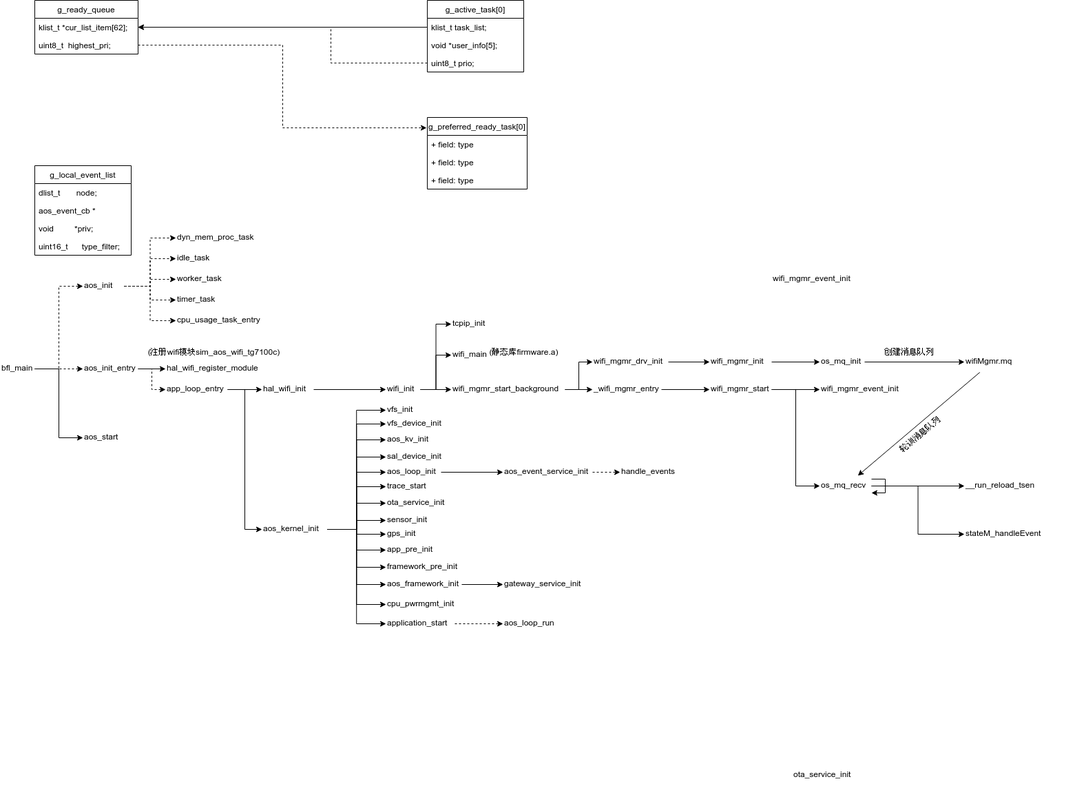
Earlier version of the draw.io export alios_init.png (zhangmeizhen/test2). Source tidied: cells renumbered, new cells last; positions are measured from the earlier drawing's top-left corner, leaving out a move shared by most shapes.
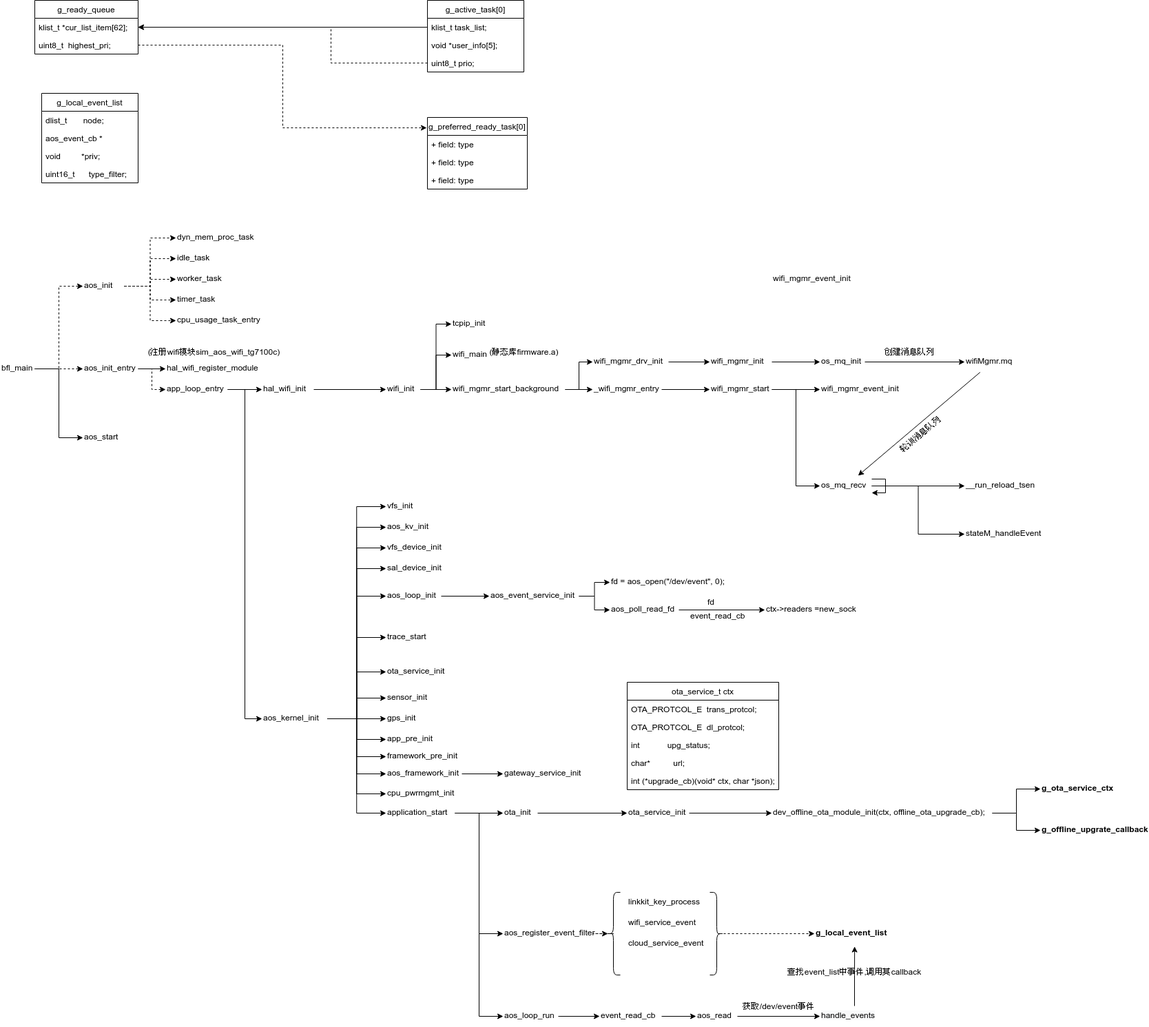
Later version of the same file.

Diff of the diagram source:
```diff
@@ -50,7 +50,7 @@
       </mxGeometry>
     </mxCell>
     <mxCell id="16" value="g_local_event_list" style="swimlane;fontStyle=0;horizontal=1;startSize=26;fillColor=none;" parent="1" vertex="1">
-      <mxGeometry x="50" y="240" width="140" height="130" as="geometry" />
+      <mxGeometry x="60" y="135" width="140" height="130" as="geometry" />
     </mxCell>
     <mxCell id="17" value="dlist_t       node;" style="text;strokeColor=none;fillColor=none;align=left;verticalAlign=top;spacingLeft=4;spacingRight=4;overflow=hidden;" parent="16" vertex="1">
       <mxGeometry y="26" width="140" height="26" as="geometry" />
@@ -82,9 +82,6 @@
     <mxCell id="26" style="edgeStyle=orthogonalEdgeStyle;rounded=0;jettySize=auto;html=1;entryX=0;entryY=0.5;entryDx=0;entryDy=0;strokeColor=#000000;fontColor=#000000;" parent="1" edge="1" source="35" target="74">
       <mxGeometry relative="1" as="geometry" />
     </mxCell>
-    <mxCell id="27" style="edgeStyle=orthogonalEdgeStyle;rounded=0;jettySize=auto;html=1;entryX=0;entryY=0.5;entryDx=0;entryDy=0;" parent="1" edge="1" source="35" target="62">
-      <mxGeometry relative="1" as="geometry" />
-    </mxCell>
     <mxCell id="28" style="edgeStyle=orthogonalEdgeStyle;rounded=0;jettySize=auto;html=1;entryX=0;entryY=0.5;entryDx=0;entryDy=0;" parent="1" edge="1" source="35" target="111">
       <mxGeometry relative="1" as="geometry" />
     </mxCell>
@@ -106,14 +103,23 @@
     <mxCell id="34" style="edgeStyle=orthogonalEdgeStyle;rounded=0;jettySize=auto;html=1;entryX=0;entryY=0.5;entryDx=0;entryDy=0;" parent="1" edge="1" source="35" target="117">
       <mxGeometry relative="1" as="geometry" />
     </mxCell>
+    <mxCell id="27" style="edgeStyle=orthogonalEdgeStyle;rounded=0;jettySize=auto;html=1;entryX=0;entryY=0.5;entryDx=0;entryDy=0;" parent="1" edge="1" source="35" target="62">
+      <mxGeometry relative="1" as="geometry" />
+    </mxCell>
     <mxCell id="35" value="aos_kernel_init" style="text;whiteSpace=wrap;html=1;fontStyle=0;labelBackgroundColor=#ffffff;" parent="1" vertex="1">
-      <mxGeometry x="380" y="753" width="94.5" height="30" as="geometry" />
+      <mxGeometry x="380" y="1028" width="94.5" height="30" as="geometry" />
     </mxCell>
-    <mxCell id="36" style="edgeStyle=orthogonalEdgeStyle;rounded=0;jettySize=auto;html=1;entryX=0;entryY=0.5;entryDx=0;entryDy=0;dashed=1;strokeColor=#000000;fontColor=#000000;" parent="1" edge="1" source="37" target="63">
+    <mxCell id="36" style="edgeStyle=orthogonalEdgeStyle;rounded=0;jettySize=auto;html=1;entryX=0;entryY=0.5;entryDx=0;entryDy=0;strokeColor=#000000;fontColor=#000000;" parent="1" edge="1" source="37" target="63">
       <mxGeometry relative="1" as="geometry" />
     </mxCell>
+    <mxCell id="119" style="edgeStyle=orthogonalEdgeStyle;rounded=0;jettySize=auto;html=1;entryX=0;entryY=0.5;entryDx=0;entryDy=0;" parent="1" edge="1" source="37" target="125">
+      <mxGeometry relative="1" as="geometry" />
+    </mxCell>
+    <mxCell id="120" style="edgeStyle=orthogonalEdgeStyle;rounded=0;jettySize=auto;html=1;entryX=0;entryY=0.5;entryDx=0;entryDy=0;" parent="1" edge="1" source="37" target="131">
+      <mxGeometry relative="1" as="geometry" />
+    </mxCell>
     <mxCell id="37" value="application_start" style="text;whiteSpace=wrap;html=1;" parent="1" vertex="1">
-      <mxGeometry x="560" y="890" width="100" height="30" as="geometry" />
+      <mxGeometry x="560" y="1165" width="100" height="30" as="geometry" />
     </mxCell>
     <mxCell id="38" style="edgeStyle=orthogonalEdgeStyle;rounded=0;jettySize=auto;html=1;entryX=0;entryY=0.5;entryDx=0;entryDy=0;strokeColor=#000000;dashed=1;" parent="1" edge="1" source="41">
       <mxGeometry relative="1" as="geometry">
@@ -178,22 +184,25 @@
       <mxGeometry relative="1" as="geometry" />
     </mxCell>
     <mxCell id="58" value="aos_loop_init" style="text;whiteSpace=wrap;html=1;" parent="1" vertex="1">
-      <mxGeometry x="560" y="670" width="80" height="30" as="geometry" />
+      <mxGeometry x="560" y="850" width="80" height="30" as="geometry" />
     </mxCell>
     <mxCell id="59" value="ota_service_init" style="text;whiteSpace=wrap;html=1;" parent="1" vertex="1">
-      <mxGeometry x="560" y="715" width="90" height="30" as="geometry" />
+      <mxGeometry x="560" y="960" width="90" height="30" as="geometry" />
     </mxCell>
     <mxCell id="60" value="sensor_init" style="text;whiteSpace=wrap;html=1;" parent="1" vertex="1">
-      <mxGeometry x="560" y="740" width="70" height="30" as="geometry" />
+      <mxGeometry x="560" y="998" width="70" height="30" as="geometry" />
     </mxCell>
     <mxCell id="61" value="gps_init" style="text;whiteSpace=wrap;html=1;" parent="1" vertex="1">
-      <mxGeometry x="560" y="760" width="50" height="30" as="geometry" />
+      <mxGeometry x="560" y="1028" width="50" height="30" as="geometry" />
     </mxCell>
     <mxCell id="62" value="vfs_init" style="text;whiteSpace=wrap;html=1;" parent="1" vertex="1">
-      <mxGeometry x="560" y="580" width="50" height="30" as="geometry" />
+      <mxGeometry x="560" y="720" width="50" height="30" as="geometry" />
     </mxCell>
+    <mxCell id="121" style="edgeStyle=orthogonalEdgeStyle;rounded=0;jettySize=auto;html=1;entryX=0;entryY=0.5;entryDx=0;entryDy=0;" parent="1" edge="1" source="63" target="153">
+      <mxGeometry relative="1" as="geometry" />
+    </mxCell>
     <mxCell id="63" value="aos_loop_run" style="text;whiteSpace=wrap;html=1;" parent="1" vertex="1">
-      <mxGeometry x="730" y="890" width="93" height="30" as="geometry" />
+      <mxGeometry x="730" y="1460" width="80" height="30" as="geometry" />
     </mxCell>
     <mxCell id="64" value="idle_task" style="text;whiteSpace=wrap;html=1;" parent="1" vertex="1">
       <mxGeometry x="255" y="360" width="75" height="30" as="geometry" />
@@ -213,23 +222,26 @@
     <mxCell id="69" value="hal_wifi_register_module" style="text;whiteSpace=wrap;html=1;" parent="1" vertex="1">
       <mxGeometry x="240" y="520" width="140" height="30" as="geometry" />
     </mxCell>
-    <mxCell id="70" style="edgeStyle=orthogonalEdgeStyle;rounded=0;jettySize=auto;html=1;entryX=0;entryY=0.5;entryDx=0;entryDy=0;dashed=1;strokeColor=#000000;fontColor=#000000;" parent="1" edge="1" source="71" target="72">
-      <mxGeometry relative="1" as="geometry" />
-    </mxCell>
+    <mxCell id="122" style="edgeStyle=orthogonalEdgeStyle;rounded=0;jettySize=auto;html=1;entryX=0;entryY=0.5;entryDx=0;entryDy=0;" parent="1" edge="1" source="71" target="148">
+      <mxGeometry relative="1" as="geometry" />
+    </mxCell>
+    <mxCell id="123" style="edgeStyle=orthogonalEdgeStyle;rounded=0;jettySize=auto;html=1;entryX=0;entryY=0.5;entryDx=0;entryDy=0;" parent="1" edge="1" source="71" target="158">
+      <mxGeometry relative="1" as="geometry" />
+    </mxCell>
     <mxCell id="71" value="aos_event_service_init" style="text;whiteSpace=wrap;html=1;" parent="1" vertex="1">
-      <mxGeometry x="730" y="670" width="130" height="30" as="geometry" />
+      <mxGeometry x="710" y="850" width="130" height="30" as="geometry" />
     </mxCell>
-    <mxCell id="72" value="handle_events" style="text;whiteSpace=wrap;html=1;fontColor=#000000;" parent="1" vertex="1">
-      <mxGeometry x="900" y="670" width="90" height="30" as="geometry" />
+    <mxCell id="72" value="event_read_cb" style="text;whiteSpace=wrap;html=1;fontColor=#000000;" parent="1" vertex="1">
+      <mxGeometry x="1000" y="880" width="90" height="30" as="geometry" />
     </mxCell>
     <mxCell id="73" style="edgeStyle=orthogonalEdgeStyle;rounded=0;jettySize=auto;html=1;entryX=0;entryY=0.5;entryDx=0;entryDy=0;strokeColor=#000000;fontColor=#000000;" parent="1" edge="1" source="74" target="75">
       <mxGeometry relative="1" as="geometry" />
     </mxCell>
     <mxCell id="74" value="aos_framework_init" style="text;whiteSpace=wrap;html=1;fontColor=#000000;" parent="1" vertex="1">
-      <mxGeometry x="560" y="833" width="110" height="30" as="geometry" />
+      <mxGeometry x="560" y="1108" width="110" height="30" as="geometry" />
     </mxCell>
     <mxCell id="75" value="gateway_service_init" style="text;whiteSpace=wrap;html=1;fontColor=#000000;" parent="1" vertex="1">
-      <mxGeometry x="730" y="833" width="120" height="30" as="geometry" />
+      <mxGeometry x="730" y="1108" width="120" height="30" as="geometry" />
     </mxCell>
     <mxCell id="76" style="edgeStyle=orthogonalEdgeStyle;rounded=0;jettySize=auto;html=1;entryX=0;entryY=0.5;entryDx=0;entryDy=0;" parent="1" edge="1" source="79" target="84">
       <mxGeometry relative="1" as="geometry" />
@@ -337,28 +349,136 @@
       <mxGeometry x="185" y="500" width="250" height="20" as="geometry" />
     </mxCell>
     <mxCell id="111" value="vfs_device_init" style="text;whiteSpace=wrap;html=1;" parent="1" vertex="1">
-      <mxGeometry x="560" y="600" width="120" height="30" as="geometry" />
+      <mxGeometry x="560" y="780" width="90" height="30" as="geometry" />
     </mxCell>
     <mxCell id="112" value="aos_kv_init" style="text;whiteSpace=wrap;html=1;" parent="1" vertex="1">
-      <mxGeometry x="560" y="623" width="100" height="30" as="geometry" />
+      <mxGeometry x="560" y="750" width="100" height="30" as="geometry" />
     </mxCell>
     <mxCell id="113" value="sal_device_init" style="text;whiteSpace=wrap;html=1;" parent="1" vertex="1">
-      <mxGeometry x="560" y="648" width="120" height="30" as="geometry" />
+      <mxGeometry x="560" y="810" width="120" height="30" as="geometry" />
     </mxCell>
     <mxCell id="114" value="trace_start" style="text;whiteSpace=wrap;html=1;" parent="1" vertex="1">
-      <mxGeometry x="560" y="691" width="100" height="30" as="geometry" />
+      <mxGeometry x="560" y="910" width="100" height="30" as="geometry" />
     </mxCell>
     <mxCell id="115" value="cpu_pwrmgmt_init" style="text;whiteSpace=wrap;html=1;" parent="1" vertex="1">
-      <mxGeometry x="560" y="862" width="150" height="30" as="geometry" />
+      <mxGeometry x="560" y="1137" width="150" height="30" as="geometry" />
     </mxCell>
     <mxCell id="116" value="app_pre_init" style="text;whiteSpace=wrap;html=1;" parent="1" vertex="1">
-      <mxGeometry x="560" y="783" width="110" height="30" as="geometry" />
+      <mxGeometry x="560" y="1058" width="110" height="30" as="geometry" />
     </mxCell>
     <mxCell id="117" value="framework_pre_init" style="text;whiteSpace=wrap;html=1;" parent="1" vertex="1">
-      <mxGeometry x="560" y="808" width="150" height="30" as="geometry" />
+      <mxGeometry x="560" y="1083" width="150" height="30" as="geometry" />
     </mxCell>
+    <mxCell id="124" style="edgeStyle=orthogonalEdgeStyle;rounded=0;jettySize=auto;html=1;entryX=0;entryY=0.5;entryDx=0;entryDy=0;" parent="1" edge="1" source="125" target="118">
+      <mxGeometry relative="1" as="geometry" />
+    </mxCell>
+    <mxCell id="125" value="ota_init" style="text;whiteSpace=wrap;html=1;" parent="1" vertex="1">
+      <mxGeometry x="730" y="1165" width="50" height="30" as="geometry" />
+    </mxCell>
+    <mxCell id="126" style="edgeStyle=orthogonalEdgeStyle;rounded=0;jettySize=auto;html=1;" parent="1" edge="1" source="118" target="129">
+      <mxGeometry relative="1" as="geometry" />
+    </mxCell>
     <mxCell id="118" value="ota_service_init" style="text;whiteSpace=wrap;html=1;" parent="1" vertex="1">
-      <mxGeometry x="1150" y="1110" width="90" height="30" as="geometry" />
+      <mxGeometry x="910" y="1165" width="90" height="30" as="geometry" />
     </mxCell>
+    <mxCell id="127" style="edgeStyle=orthogonalEdgeStyle;rounded=0;jettySize=auto;html=1;entryX=0;entryY=0.5;entryDx=0;entryDy=0;" parent="1" edge="1" source="129" target="146">
+      <mxGeometry relative="1" as="geometry" />
+    </mxCell>
+    <mxCell id="128" style="edgeStyle=orthogonalEdgeStyle;rounded=0;jettySize=auto;html=1;entryX=0;entryY=0.5;entryDx=0;entryDy=0;" parent="1" edge="1" source="129" target="145">
+      <mxGeometry relative="1" as="geometry" />
+    </mxCell>
+    <mxCell id="129" value="dev_offline_ota_module_init(ctx, offline_ota_upgrade_cb);" style="text;whiteSpace=wrap;html=1;" parent="1" vertex="1">
+      <mxGeometry x="1120" y="1165" width="320" height="30" as="geometry" />
+    </mxCell>
+    <mxCell id="130" style="edgeStyle=orthogonalEdgeStyle;rounded=0;jettySize=auto;html=1;entryX=0.1;entryY=0.5;entryDx=0;entryDy=0;entryPerimeter=0;dashed=1;" parent="1" edge="1" source="131" target="136">
+      <mxGeometry relative="1" as="geometry" />
+    </mxCell>
+    <mxCell id="131" value="aos_register_event_filter" style="text;whiteSpace=wrap;html=1;" parent="1" vertex="1">
+      <mxGeometry x="730" y="1340" width="140" height="30" as="geometry" />
+    </mxCell>
+    <mxCell id="132" value="&lt;b&gt;g_local_event_list&lt;/b&gt;" style="text;whiteSpace=wrap;html=1;" parent="1" vertex="1">
+      <mxGeometry x="1182" y="1340" width="105" height="30" as="geometry" />
+    </mxCell>
+    <mxCell id="133" value="wifi_service_event" style="text;whiteSpace=wrap;html=1;" parent="1" vertex="1">
+      <mxGeometry x="910" y="1325" width="110" height="30" as="geometry" />
+    </mxCell>
+    <mxCell id="134" value="cloud_service_event" style="text;whiteSpace=wrap;html=1;" parent="1" vertex="1">
+      <mxGeometry x="910" y="1355" width="120" height="30" as="geometry" />
+    </mxCell>
+    <mxCell id="135" value="linkkit_key_process" style="text;whiteSpace=wrap;html=1;" parent="1" vertex="1">
+      <mxGeometry x="910" y="1295" width="110" height="30" as="geometry" />
+    </mxCell>
+    <mxCell id="136" style="shape=curlyBracket;whiteSpace=wrap;html=1;rounded=1;strokeWidth=1;" parent="1" vertex="1">
+      <mxGeometry x="880" y="1295" width="20" height="120" as="geometry" />
+    </mxCell>
+    <mxCell id="137" style="edgeStyle=orthogonalEdgeStyle;rounded=0;jettySize=auto;html=1;entryX=0;entryY=0.5;entryDx=0;entryDy=0;dashed=1;" parent="1" edge="1" source="138" target="132">
+      <mxGeometry relative="1" as="geometry" />
+    </mxCell>
+    <mxCell id="138" style="shape=curlyBracket;whiteSpace=wrap;html=1;rounded=1;strokeWidth=1;rotation=-180;size=0.5;" parent="1" vertex="1">
+      <mxGeometry x="1030" y="1295" width="20" height="120" as="geometry" />
+    </mxCell>
+    <mxCell id="139" value="ota_service_t ctx" style="swimlane;fontStyle=0;horizontal=1;startSize=26;fillColor=none;strokeWidth=1;" parent="1" vertex="1">
+      <mxGeometry x="910" y="990" width="220" height="156" as="geometry" />
+    </mxCell>
+    <mxCell id="140" value="OTA_PROTCOL_E  trans_protcol;" style="text;strokeColor=none;fillColor=none;align=left;verticalAlign=top;spacingLeft=4;spacingRight=4;overflow=hidden;" parent="139" vertex="1">
+      <mxGeometry y="26" width="220" height="26" as="geometry" />
+    </mxCell>
+    <mxCell id="141" value="OTA_PROTCOL_E  dl_protcol;" style="text;strokeColor=none;fillColor=none;align=left;verticalAlign=top;spacingLeft=4;spacingRight=4;overflow=hidden;" parent="139" vertex="1">
+      <mxGeometry y="52" width="220" height="26" as="geometry" />
+    </mxCell>
+    <mxCell id="142" value="int            upg_status; " style="text;strokeColor=none;fillColor=none;align=left;verticalAlign=top;spacingLeft=4;spacingRight=4;overflow=hidden;" parent="139" vertex="1">
+      <mxGeometry y="78" width="220" height="26" as="geometry" />
+    </mxCell>
+    <mxCell id="143" value="char*          url;" style="text;strokeColor=none;fillColor=none;align=left;verticalAlign=top;spacingLeft=4;spacingRight=4;overflow=hidden;" parent="139" vertex="1">
+      <mxGeometry y="104" width="220" height="26" as="geometry" />
+    </mxCell>
+    <mxCell id="144" value="int (*upgrade_cb)(void* ctx, char *json);" style="text;strokeColor=none;fillColor=none;align=left;verticalAlign=top;spacingLeft=4;spacingRight=4;overflow=hidden;" parent="139" vertex="1">
+      <mxGeometry y="130" width="220" height="26" as="geometry" />
+    </mxCell>
+    <mxCell id="145" value="g_offline_upgrate_callback" style="text;whiteSpace=wrap;html=1;fontStyle=1;" parent="1" vertex="1">
+      <mxGeometry x="1510" y="1190" width="150" height="30" as="geometry" />
+    </mxCell>
+    <mxCell id="146" value="g_ota_service_ctx" style="text;whiteSpace=wrap;html=1;fontStyle=1;" parent="1" vertex="1">
+      <mxGeometry x="1510" y="1130" width="120" height="30" as="geometry" />
+    </mxCell>
+    <mxCell id="147" style="edgeStyle=orthogonalEdgeStyle;rounded=0;jettySize=auto;html=1;entryX=0;entryY=0.5;entryDx=0;entryDy=0;" parent="1" edge="1" source="148" target="149">
+      <mxGeometry relative="1" as="geometry" />
+    </mxCell>
+    <mxCell id="148" value="aos_poll_read_fd" style="text;whiteSpace=wrap;html=1;" parent="1" vertex="1">
+      <mxGeometry x="885" y="870" width="100" height="30" as="geometry" />
+    </mxCell>
+    <mxCell id="149" value="ctx-&amp;gt;readers =new_sock" style="text;whiteSpace=wrap;html=1;" parent="1" vertex="1">
+      <mxGeometry x="1110" y="870" width="140" height="30" as="geometry" />
+    </mxCell>
+    <mxCell id="150" style="edgeStyle=orthogonalEdgeStyle;rounded=0;jettySize=auto;html=1;entryX=0.554;entryY=1.122;entryDx=0;entryDy=0;entryPerimeter=0;" parent="1" edge="1" source="151" target="132">
+      <mxGeometry relative="1" as="geometry" />
+    </mxCell>
+    <mxCell id="151" value="&lt;meta charset=&quot;utf-8&quot;&gt;&lt;span style=&quot;color: rgb(0, 0, 0); font-family: helvetica; font-size: 12px; font-style: normal; font-weight: 400; letter-spacing: normal; text-align: left; text-indent: 0px; text-transform: none; word-spacing: 0px; background-color: rgb(248, 249, 250); display: inline; float: none;&quot;&gt;handle_events&lt;/span&gt;" style="text;whiteSpace=wrap;html=1;" parent="1" vertex="1">
+      <mxGeometry x="1190" y="1460" width="100" height="30" as="geometry" />
+    </mxCell>
+    <mxCell id="152" style="edgeStyle=orthogonalEdgeStyle;rounded=0;jettySize=auto;html=1;" parent="1" edge="1" source="154" target="151">
+      <mxGeometry relative="1" as="geometry" />
+    </mxCell>
+    <mxCell id="153" value="event_read_cb" style="text;whiteSpace=wrap;html=1;" parent="1" vertex="1">
+      <mxGeometry x="870" y="1460" width="90" height="30" as="geometry" />
+    </mxCell>
+    <mxCell id="154" value="aos_read" style="text;whiteSpace=wrap;html=1;" parent="1" vertex="1">
+      <mxGeometry x="1010" y="1460" width="60" height="30" as="geometry" />
+    </mxCell>
+    <mxCell id="155" style="edgeStyle=orthogonalEdgeStyle;rounded=0;jettySize=auto;html=1;" parent="1" edge="1" source="153" target="154">
+      <mxGeometry relative="1" as="geometry" />
+    </mxCell>
+    <mxCell id="156" value="查找event_list中事件,调用其callback" style="text;html=1;align=center;verticalAlign=middle;" parent="1" vertex="1">
+      <mxGeometry x="1135" y="1400" width="210" height="20" as="geometry" />
+    </mxCell>
+    <mxCell id="157" value="获取&lt;span style=&quot;text-align: left&quot;&gt;/dev/event&lt;/span&gt;事件" style="text;html=1;align=center;verticalAlign=middle;" parent="1" vertex="1">
+      <mxGeometry x="1070" y="1450" width="120" height="20" as="geometry" />
+    </mxCell>
+    <mxCell id="158" value="fd = aos_open(&quot;/dev/event&quot;, 0);" style="text;whiteSpace=wrap;html=1;" parent="1" vertex="1">
+      <mxGeometry x="885" y="830" width="170" height="30" as="geometry" />
+    </mxCell>
+    <mxCell id="159" value="fd" style="text;whiteSpace=wrap;html=1;" parent="1" vertex="1">
+      <mxGeometry x="1025" y="860" width="25" height="30" as="geometry" />
+    </mxCell>
   </root>
 </mxGraphModel>
```
